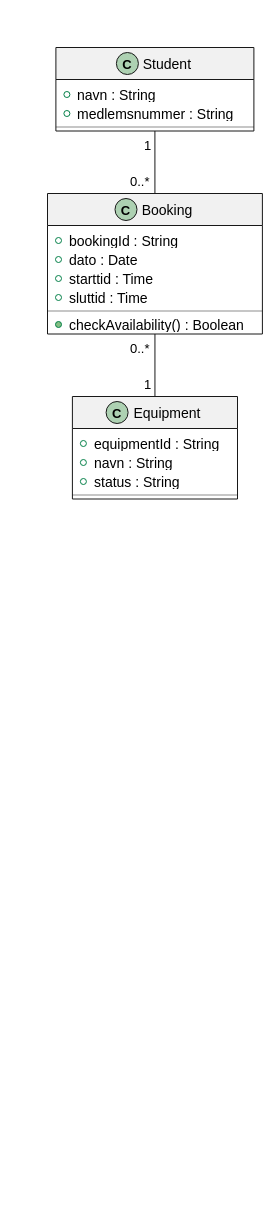
The draw.io diagram modell/Class-diagram.drawio in zemenesemere-code/Gruppe--arbeid, before the edit. Source tidied: cells renumbered, new cells numbered last; positions are measured from the earlier drawing's top-left corner, leaving out a move shared by most shapes. Both pictures are drawn from the tidied source at 100%, with x=0, y=0 at pixel (17, 17).
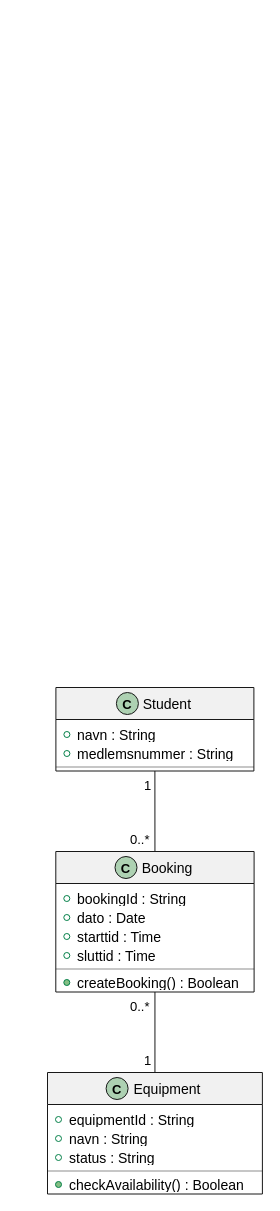
The same diagram, later.

Commit message (it also covers changes not shown here):
Add new UML diagrammer

Unchanged cells that the change refers to:
```xml
<mxCell id="2" style="group;transparentBounds=1;editIcon=1;lockedGroup=0;groupPadding=10;" parent="1" vertex="1">
  <mxGeometry as="geometry" />
</mxCell>
<mxCell id="5" value="navn : String" style="text;html=1;align=left;verticalAlign=middle;spacingLeft=20;spacingRight=4;overflow=hidden;fillColor=none;strokeColor=none;fontSize=14;fontColor=#000000;fontStyle=0;whiteSpace=wrap;" parent="3" vertex="1">
  <mxGeometry y="37.5" width="198" height="19" as="geometry" />
</mxCell>
<mxCell id="7" value="medlemsnummer : String" style="text;html=1;align=left;verticalAlign=middle;spacingLeft=20;spacingRight=4;overflow=hidden;fillColor=none;strokeColor=none;fontSize=14;fontColor=#000000;fontStyle=0;whiteSpace=wrap;" parent="3" vertex="1">
  <mxGeometry y="56.5" width="198" height="19" as="geometry" />
</mxCell>
```

Diff of the diagram source:
```diff
@@
     <mxCell id="3" value="Student" style="swimlane;fontStyle=0;align=center;fontSize=14;fontColor=#000000;startSize=32;spacingLeft=25;fillColor=#F1F1F1;strokeColor=#181818;horizontal=1;" parent="2" vertex="1">
-      <mxGeometry x="38.4" y="30" width="198" height="83.5" as="geometry" />
+      <mxGeometry x="38.4" y="670" width="198" height="83.5" as="geometry" />
     </mxCell>
@@
-    <mxCell id="6" style="ellipse;fillColor=none;strokeColor=#038048;strokeWidth=1;" parent="5" vertex="1">
-      <mxGeometry x="8" y="6.5" width="6" height="6" as="geometry" />
-    </mxCell>
+    <mxCell id="38" style="ellipse;fillColor=none;strokeColor=#038048;strokeWidth=1;" parent="5" vertex="1">
+      <mxGeometry x="8" y="6.5" width="6" height="6" as="geometry" />
+    </mxCell>
@@
-    <mxCell id="8" style="ellipse;fillColor=none;strokeColor=#038048;strokeWidth=1;" parent="7" vertex="1">
-      <mxGeometry x="8" y="6.5" width="6" height="6" as="geometry" />
-    </mxCell>
+    <mxCell id="39" style="ellipse;fillColor=none;strokeColor=#038048;strokeWidth=1;" parent="7" vertex="1">
+      <mxGeometry x="8" y="6.5" width="6" height="6" as="geometry" />
+    </mxCell>
@@
     <mxCell id="10" value="Booking" style="swimlane;fontStyle=0;align=center;fontSize=14;fontColor=#000000;startSize=32;spacingLeft=25;fillColor=#F1F1F1;strokeColor=#181818;horizontal=1;" parent="2" vertex="1">
-      <mxGeometry x="30" y="176" width="214.9" height="140.5" as="geometry" />
+      <mxGeometry x="38.3" y="834" width="198.3" height="140.5" as="geometry" />
     </mxCell>
-    <mxCell id="11" value="C" style="ellipse;fillColor=#ADD1B2;strokeColor=#181818;fontSize=13;fontStyle=1;fontColor=#000000;" parent="10" vertex="1">
-      <mxGeometry x="67.5" y="5" width="22" height="22" as="geometry" />
-    </mxCell>
+    <mxCell id="40" value="C" style="ellipse;fillColor=#ADD1B2;strokeColor=#181818;fontSize=13;fontStyle=1;fontColor=#000000;" parent="10" vertex="1">
+      <mxGeometry x="59.2" y="5" width="22" height="22" as="geometry" />
+    </mxCell>
     <mxCell id="12" value="bookingId : String" style="text;html=1;align=left;verticalAlign=middle;spacingLeft=20;spacingRight=4;overflow=hidden;fillColor=none;strokeColor=none;fontSize=14;fontColor=#000000;fontStyle=0;whiteSpace=wrap;" parent="10" vertex="1">
-      <mxGeometry y="37.5" width="214.9" height="19" as="geometry" />
+      <mxGeometry y="37.5" width="198.3" height="19" as="geometry" />
     </mxCell>
-    <mxCell id="13" style="ellipse;fillColor=none;strokeColor=#038048;strokeWidth=1;" parent="12" vertex="1">
-      <mxGeometry x="8" y="6.5" width="6" height="6" as="geometry" />
-    </mxCell>
+    <mxCell id="41" style="ellipse;fillColor=none;strokeColor=#038048;strokeWidth=1;" parent="12" vertex="1">
+      <mxGeometry x="8" y="6.5" width="6" height="6" as="geometry" />
+    </mxCell>
     <mxCell id="14" value="dato : Date" style="text;html=1;align=left;verticalAlign=middle;spacingLeft=20;spacingRight=4;overflow=hidden;fillColor=none;strokeColor=none;fontSize=14;fontColor=#000000;fontStyle=0;whiteSpace=wrap;" parent="10" vertex="1">
-      <mxGeometry y="56.5" width="214.9" height="19" as="geometry" />
+      <mxGeometry y="56.5" width="198.3" height="19" as="geometry" />
     </mxCell>
-    <mxCell id="15" style="ellipse;fillColor=none;strokeColor=#038048;strokeWidth=1;" parent="14" vertex="1">
-      <mxGeometry x="8" y="6.5" width="6" height="6" as="geometry" />
-    </mxCell>
+    <mxCell id="42" style="ellipse;fillColor=none;strokeColor=#038048;strokeWidth=1;" parent="14" vertex="1">
+      <mxGeometry x="8" y="6.5" width="6" height="6" as="geometry" />
+    </mxCell>
     <mxCell id="16" value="starttid : Time" style="text;html=1;align=left;verticalAlign=middle;spacingLeft=20;spacingRight=4;overflow=hidden;fillColor=none;strokeColor=none;fontSize=14;fontColor=#000000;fontStyle=0;whiteSpace=wrap;" parent="10" vertex="1">
-      <mxGeometry y="75.5" width="214.9" height="19" as="geometry" />
+      <mxGeometry y="75.5" width="198.3" height="19" as="geometry" />
     </mxCell>
-    <mxCell id="17" style="ellipse;fillColor=none;strokeColor=#038048;strokeWidth=1;" parent="16" vertex="1">
-      <mxGeometry x="8" y="6.5" width="6" height="6" as="geometry" />
-    </mxCell>
+    <mxCell id="43" style="ellipse;fillColor=none;strokeColor=#038048;strokeWidth=1;" parent="16" vertex="1">
+      <mxGeometry x="8" y="6.5" width="6" height="6" as="geometry" />
+    </mxCell>
     <mxCell id="18" value="sluttid : Time" style="text;html=1;align=left;verticalAlign=middle;spacingLeft=20;spacingRight=4;overflow=hidden;fillColor=none;strokeColor=none;fontSize=14;fontColor=#000000;fontStyle=0;whiteSpace=wrap;" parent="10" vertex="1">
-      <mxGeometry y="94.5" width="214.9" height="19" as="geometry" />
+      <mxGeometry y="94.5" width="198.3" height="19" as="geometry" />
     </mxCell>
-    <mxCell id="19" style="ellipse;fillColor=none;strokeColor=#038048;strokeWidth=1;" parent="18" vertex="1">
-      <mxGeometry x="8" y="6.5" width="6" height="6" as="geometry" />
-    </mxCell>
-    <mxCell id="20" style="line;strokeWidth=0.5;strokeColor=#181818;fillColor=none;align=left;verticalAlign=middle;labelPosition=right;" parent="10" vertex="1">
-      <mxGeometry y="113.5" width="214.9" height="8" as="geometry" />
-    </mxCell>
+    <mxCell id="44" style="ellipse;fillColor=none;strokeColor=#038048;strokeWidth=1;" parent="18" vertex="1">
+      <mxGeometry x="8" y="6.5" width="6" height="6" as="geometry" />
+    </mxCell>
+    <mxCell id="45" style="line;strokeWidth=0.5;strokeColor=#181818;fillColor=none;align=left;verticalAlign=middle;labelPosition=right;" parent="10" vertex="1">
+      <mxGeometry y="113.5" width="198.3" height="8" as="geometry" />
+    </mxCell>
+    <mxCell id="46" value="createBooking() : Boolean" style="text;html=1;align=left;verticalAlign=middle;spacingLeft=20;spacingRight=4;overflow=hidden;fillColor=none;strokeColor=none;fontSize=14;fontColor=#000000;fontStyle=0;whiteSpace=wrap;" parent="10" vertex="1">
+      <mxGeometry y="121.5" width="198.3" height="19" as="geometry" />
+    </mxCell>
+    <mxCell id="47" style="ellipse;fillColor=#84BE84;strokeColor=#038048;strokeWidth=1;" parent="46" vertex="1">
+      <mxGeometry x="8" y="6.5" width="6" height="6" as="geometry" />
+    </mxCell>
+    <mxCell id="23" value="Equipment" style="swimlane;fontStyle=0;align=center;fontSize=14;fontColor=#000000;startSize=32;spacingLeft=25;fillColor=#F1F1F1;strokeColor=#181818;horizontal=1;" parent="2" vertex="1">
+      <mxGeometry x="30" y="1055" width="214.9" height="121.5" as="geometry" />
+    </mxCell>
+    <mxCell id="48" value="C" style="ellipse;fillColor=#ADD1B2;strokeColor=#181818;fontSize=13;fontStyle=1;fontColor=#000000;" parent="23" vertex="1">
+      <mxGeometry x="58.6" y="5" width="22" height="22" as="geometry" />
+    </mxCell>
+    <mxCell id="25" value="equipmentId : String" style="text;html=1;align=left;verticalAlign=middle;spacingLeft=20;spacingRight=4;overflow=hidden;fillColor=none;strokeColor=none;fontSize=14;fontColor=#000000;fontStyle=0;whiteSpace=wrap;" parent="23" vertex="1">
+      <mxGeometry y="37.5" width="214.9" height="19" as="geometry" />
+    </mxCell>
+    <mxCell id="49" style="ellipse;fillColor=none;strokeColor=#038048;strokeWidth=1;" parent="25" vertex="1">
+      <mxGeometry x="8" y="6.5" width="6" height="6" as="geometry" />
+    </mxCell>
+    <mxCell id="27" value="navn : String" style="text;html=1;align=left;verticalAlign=middle;spacingLeft=20;spacingRight=4;overflow=hidden;fillColor=none;strokeColor=none;fontSize=14;fontColor=#000000;fontStyle=0;whiteSpace=wrap;" parent="23" vertex="1">
+      <mxGeometry y="56.5" width="214.9" height="19" as="geometry" />
+    </mxCell>
+    <mxCell id="50" style="ellipse;fillColor=none;strokeColor=#038048;strokeWidth=1;" parent="27" vertex="1">
+      <mxGeometry x="8" y="6.5" width="6" height="6" as="geometry" />
+    </mxCell>
+    <mxCell id="29" value="status : String" style="text;html=1;align=left;verticalAlign=middle;spacingLeft=20;spacingRight=4;overflow=hidden;fillColor=none;strokeColor=none;fontSize=14;fontColor=#000000;fontStyle=0;whiteSpace=wrap;" parent="23" vertex="1">
+      <mxGeometry y="75.5" width="214.9" height="19" as="geometry" />
+    </mxCell>
+    <mxCell id="51" style="ellipse;fillColor=none;strokeColor=#038048;strokeWidth=1;" parent="29" vertex="1">
+      <mxGeometry x="8" y="6.5" width="6" height="6" as="geometry" />
+    </mxCell>
+    <mxCell id="52" style="line;strokeWidth=0.5;strokeColor=#181818;fillColor=none;align=left;verticalAlign=middle;labelPosition=right;" parent="23" vertex="1">
+      <mxGeometry y="94.5" width="214.9" height="8" as="geometry" />
+    </mxCell>
-    <mxCell id="21" value="checkAvailability() : Boolean" style="text;html=1;align=left;verticalAlign=middle;spacingLeft=20;spacingRight=4;overflow=hidden;fillColor=none;strokeColor=none;fontSize=14;fontColor=#000000;fontStyle=0;whiteSpace=wrap;" parent="10" vertex="1">
-      <mxGeometry y="121.5" width="214.9" height="19" as="geometry" />
+    <mxCell id="21" value="checkAvailability() : Boolean" style="text;html=1;align=left;verticalAlign=middle;spacingLeft=20;spacingRight=4;overflow=hidden;fillColor=none;strokeColor=none;fontSize=14;fontColor=#000000;fontStyle=0;whiteSpace=wrap;" parent="23" vertex="1">
+      <mxGeometry y="102.5" width="214.9" height="19" as="geometry" />
     </mxCell>
-    <mxCell id="22" style="ellipse;fillColor=#84BE84;strokeColor=#038048;strokeWidth=1;" parent="21" vertex="1">
-      <mxGeometry x="8" y="6.5" width="6" height="6" as="geometry" />
-    </mxCell>
-    <mxCell id="23" value="Equipment" style="swimlane;fontStyle=0;align=center;fontSize=14;fontColor=#000000;startSize=32;spacingLeft=25;fillColor=#F1F1F1;strokeColor=#181818;horizontal=1;" parent="2" vertex="1">
-      <mxGeometry x="54.9" y="379" width="165.1" height="102.5" as="geometry" />
-    </mxCell>
-    <mxCell id="24" value="C" style="ellipse;fillColor=#ADD1B2;strokeColor=#181818;fontSize=13;fontStyle=1;fontColor=#000000;" parent="23" vertex="1">
-      <mxGeometry x="33.7" y="5" width="22" height="22" as="geometry" />
-    </mxCell>
-    <mxCell id="25" value="equipmentId : String" style="text;html=1;align=left;verticalAlign=middle;spacingLeft=20;spacingRight=4;overflow=hidden;fillColor=none;strokeColor=none;fontSize=14;fontColor=#000000;fontStyle=0;whiteSpace=wrap;" parent="23" vertex="1">
-      <mxGeometry y="37.5" width="165.1" height="19" as="geometry" />
-    </mxCell>
-    <mxCell id="26" style="ellipse;fillColor=none;strokeColor=#038048;strokeWidth=1;" parent="25" vertex="1">
-      <mxGeometry x="8" y="6.5" width="6" height="6" as="geometry" />
-    </mxCell>
-    <mxCell id="27" value="navn : String" style="text;html=1;align=left;verticalAlign=middle;spacingLeft=20;spacingRight=4;overflow=hidden;fillColor=none;strokeColor=none;fontSize=14;fontColor=#000000;fontStyle=0;whiteSpace=wrap;" parent="23" vertex="1">
-      <mxGeometry y="56.5" width="165.1" height="19" as="geometry" />
-    </mxCell>
-    <mxCell id="28" style="ellipse;fillColor=none;strokeColor=#038048;strokeWidth=1;" parent="27" vertex="1">
-      <mxGeometry x="8" y="6.5" width="6" height="6" as="geometry" />
-    </mxCell>
-    <mxCell id="29" value="status : String" style="text;html=1;align=left;verticalAlign=middle;spacingLeft=20;spacingRight=4;overflow=hidden;fillColor=none;strokeColor=none;fontSize=14;fontColor=#000000;fontStyle=0;whiteSpace=wrap;" parent="23" vertex="1">
-      <mxGeometry y="75.5" width="165.1" height="19" as="geometry" />
-    </mxCell>
-    <mxCell id="30" style="ellipse;fillColor=none;strokeColor=#038048;strokeWidth=1;" parent="29" vertex="1">
-      <mxGeometry x="8" y="6.5" width="6" height="6" as="geometry" />
-    </mxCell>
-    <mxCell id="31" style="line;strokeWidth=0.5;strokeColor=#181818;fillColor=none;align=left;verticalAlign=middle;labelPosition=right;" parent="23" vertex="1">
-      <mxGeometry y="94.5" width="165.1" height="8" as="geometry" />
-    </mxCell>
+    <mxCell id="53" style="ellipse;fillColor=#84BE84;strokeColor=#038048;strokeWidth=1;" parent="21" vertex="1">
+      <mxGeometry x="8" y="6.5" width="6" height="6" as="geometry" />
+    </mxCell>
-    <mxCell id="32" style="endArrow=none;html=1;strokeColor=#181818;fontColor=#000000;fontSize=11;curved=0;rounded=0;endSize=6;sourcePerimeterSpacing=0;targetPerimeterSpacing=0;" parent="2" edge="1" source="3" target="10">
+    <mxCell id="32" style="endArrow=none;html=1;strokeColor=#181818;fontColor=#000000;fontSize=11;exitX=0.5;exitY=1;exitDx=0;exitDy=0;entryX=0.5;entryY=0;entryDx=0;entryDy=0;curved=0;rounded=0;endSize=6;sourcePerimeterSpacing=0;targetPerimeterSpacing=0;" parent="2" edge="1" source="3" target="10">
       <mxGeometry relative="1" as="geometry" />
     </mxCell>
-    <mxCell id="33" value="1" style="text;html=1;align=left;verticalAlign=middle;fillColor=none;strokeColor=none;fontSize=13;fontColor=#000000;" parent="2" vertex="1">
-      <mxGeometry x="125.2" y="120" width="12.2" height="16" as="geometry" />
-    </mxCell>
-    <mxCell id="34" value="0..*" style="text;html=1;align=left;verticalAlign=middle;fillColor=none;strokeColor=none;fontSize=13;fontColor=#000000;" parent="2" vertex="1">
-      <mxGeometry x="110.7" y="156" width="26.7" height="16" as="geometry" />
-    </mxCell>
+    <mxCell id="54" value="1" style="text;html=1;align=left;verticalAlign=middle;fillColor=none;strokeColor=none;fontSize=13;fontColor=#000000;" parent="2" vertex="1">
+      <mxGeometry x="125.2" y="760" width="12.2" height="16" as="geometry" />
+    </mxCell>
+    <mxCell id="55" value="0..*" style="text;html=1;align=left;verticalAlign=middle;fillColor=none;strokeColor=none;fontSize=13;fontColor=#000000;" parent="2" vertex="1">
+      <mxGeometry x="110.7" y="814" width="26.7" height="16" as="geometry" />
+    </mxCell>
-    <mxCell id="35" style="endArrow=none;html=1;strokeColor=#181818;fontColor=#000000;fontSize=11;curved=0;rounded=0;endSize=6;sourcePerimeterSpacing=0;targetPerimeterSpacing=0;" parent="2" edge="1" source="10" target="23">
+    <mxCell id="35" style="endArrow=none;html=1;strokeColor=#181818;fontColor=#000000;fontSize=11;exitX=0.5;exitY=1;exitDx=0;exitDy=0;entryX=0.5;entryY=0;entryDx=0;entryDy=0;curved=0;rounded=0;endSize=6;sourcePerimeterSpacing=0;targetPerimeterSpacing=0;" parent="2" edge="1" source="10" target="23">
       <mxGeometry relative="1" as="geometry" />
     </mxCell>
-    <mxCell id="36" value="0..*" style="text;html=1;align=left;verticalAlign=middle;fillColor=none;strokeColor=none;fontSize=13;fontColor=#000000;" parent="2" vertex="1">
-      <mxGeometry x="110.7" y="323" width="26.7" height="16" as="geometry" />
-    </mxCell>
-    <mxCell id="37" value="1" style="text;html=1;align=left;verticalAlign=middle;fillColor=none;strokeColor=none;fontSize=13;fontColor=#000000;" parent="2" vertex="1">
-      <mxGeometry x="125.2" y="359" width="12.2" height="16" as="geometry" />
-    </mxCell>
+    <mxCell id="56" value="0..*" style="text;html=1;align=left;verticalAlign=middle;fillColor=none;strokeColor=none;fontSize=13;fontColor=#000000;" parent="2" vertex="1">
+      <mxGeometry x="110.7" y="981" width="26.7" height="16" as="geometry" />
+    </mxCell>
+    <mxCell id="57" value="1" style="text;html=1;align=left;verticalAlign=middle;fillColor=none;strokeColor=none;fontSize=13;fontColor=#000000;" parent="2" vertex="1">
+      <mxGeometry x="125.2" y="1035" width="12.2" height="16" as="geometry" />
+    </mxCell>
```
